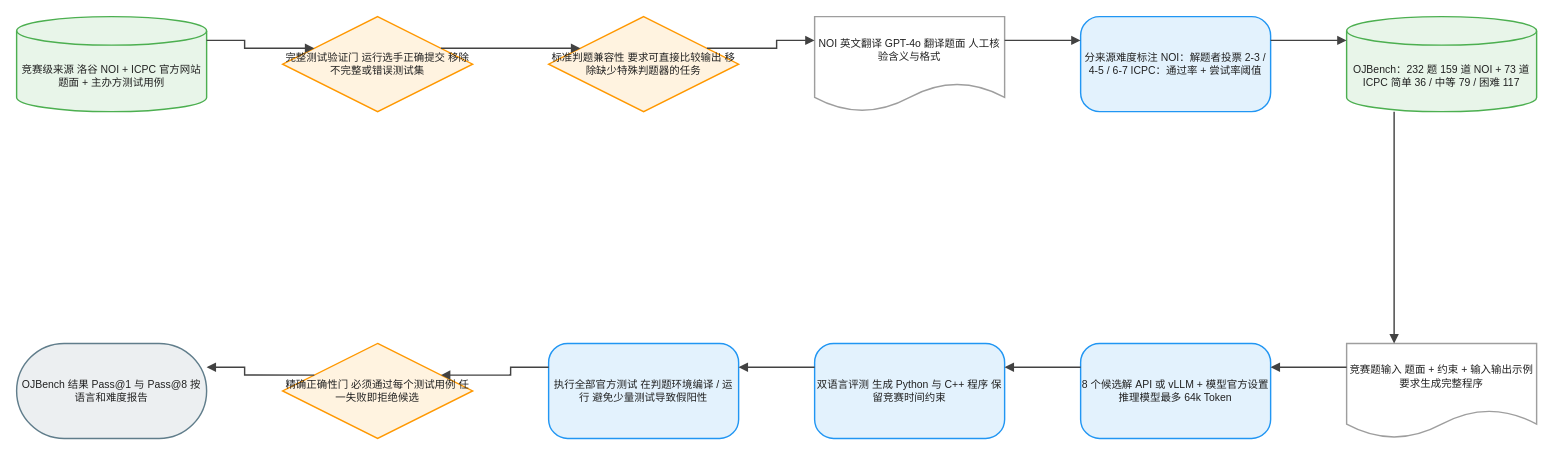
Above: client/public/drawio/OJBench/OJBench.zh.drawio in joe1chief/benchmark-hub (draw.io), before the change. Source tidied: cells renumbered, new cells numbered last; positions are measured from the earlier drawing's top-left corner, leaving out a move shared by most shapes. Both pictures are drawn from the tidied source at 95%, with x=0, y=0 at pixel (16, 16).
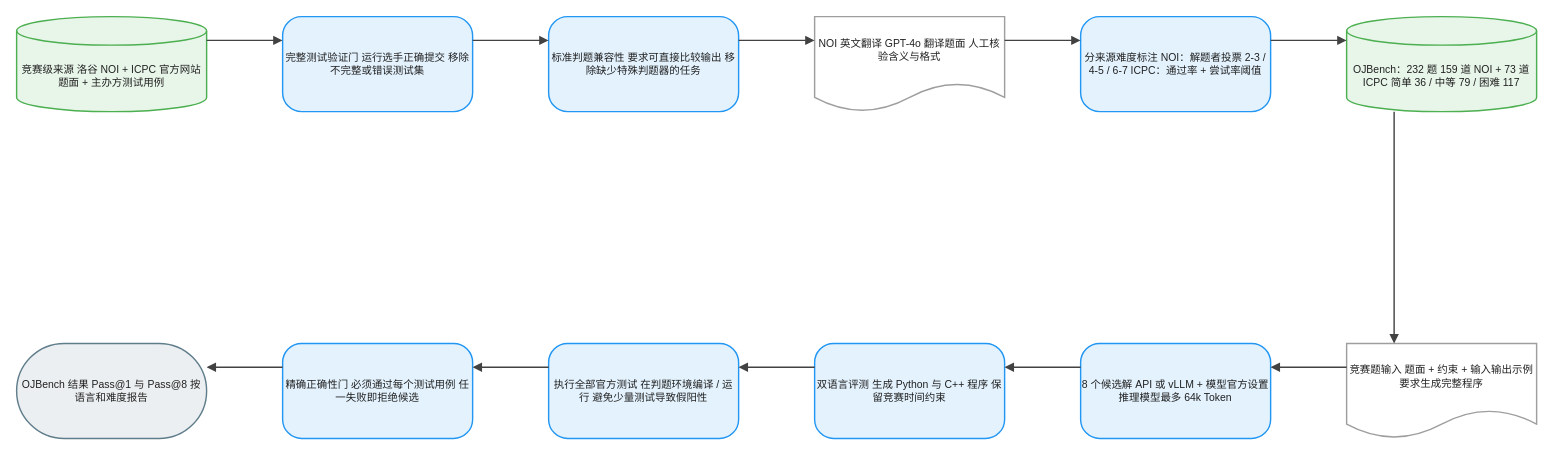
Above is the later version.

What changed in the source:
```diff
@@
-    <mxCell id="3" value="完整测试验证门 运行选手正确提交 移除不完整或错误测试集" style="rhombus;html=1;whiteSpace=wrap;fillColor=#FFF3E0;strokeColor=#FF9800;strokeWidth=1.5;fontColor=#212121;fontSize=11;fontFamily=Arial, Helvetica, sans-serif;verticalAlign=middle;align=center;" parent="1" vertex="1">
+    <mxCell id="3" value="完整测试验证门 运行选手正确提交 移除不完整或错误测试集" style="rounded=1;arcSize=20;html=1;whiteSpace=wrap;fillColor=#E3F2FD;strokeColor=#2196F3;strokeWidth=1.5;fontColor=#212121;fontSize=11;fontFamily=Arial, Helvetica, sans-serif;verticalAlign=middle;align=center;" parent="1" vertex="1">
       <mxGeometry x="280" width="200" height="100" as="geometry" />
     </mxCell>
-    <mxCell id="4" value="标准判题兼容性 要求可直接比较输出 移除缺少特殊判题器的任务" style="rhombus;html=1;whiteSpace=wrap;fillColor=#FFF3E0;strokeColor=#FF9800;strokeWidth=1.5;fontColor=#212121;fontSize=11;fontFamily=Arial, Helvetica, sans-serif;verticalAlign=middle;align=center;" parent="1" vertex="1">
+    <mxCell id="4" value="标准判题兼容性 要求可直接比较输出 移除缺少特殊判题器的任务" style="rounded=1;arcSize=20;html=1;whiteSpace=wrap;fillColor=#E3F2FD;strokeColor=#2196F3;strokeWidth=1.5;fontColor=#212121;fontSize=11;fontFamily=Arial, Helvetica, sans-serif;verticalAlign=middle;align=center;" parent="1" vertex="1">
       <mxGeometry x="560" width="200" height="100" as="geometry" />
     </mxCell>
@@
-    <mxCell id="12" value="精确正确性门 必须通过每个测试用例 任一失败即拒绝候选" style="rhombus;html=1;whiteSpace=wrap;fillColor=#FFF3E0;strokeColor=#FF9800;strokeWidth=1.5;fontColor=#212121;fontSize=11;fontFamily=Arial, Helvetica, sans-serif;verticalAlign=middle;align=center;" parent="1" vertex="1">
+    <mxCell id="12" value="精确正确性门 必须通过每个测试用例 任一失败即拒绝候选" style="rounded=1;arcSize=20;html=1;whiteSpace=wrap;fillColor=#E3F2FD;strokeColor=#2196F3;strokeWidth=1.5;fontColor=#212121;fontSize=11;fontFamily=Arial, Helvetica, sans-serif;verticalAlign=middle;align=center;" parent="1" vertex="1">
       <mxGeometry x="280" y="344" width="200" height="100" as="geometry" />
     </mxCell>
```
